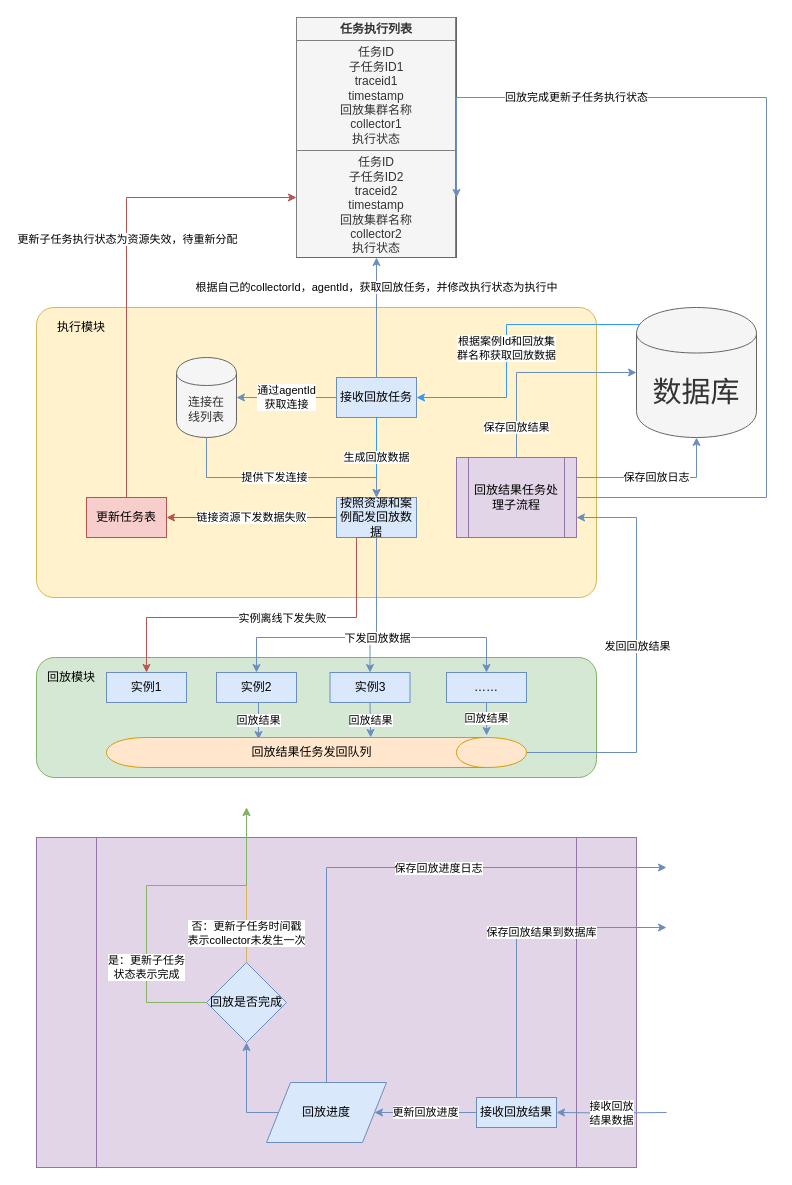
The draw.io diagram 执行模块.drawio in emothion/diagrams, before the edit. Source tidied: cells renumbered, new cells numbered last; positions are measured from the earlier drawing's top-left corner, leaving out a move shared by most shapes. Both pictures are drawn from the tidied source at 100%, with x=0, y=0 at pixel (36, 17).
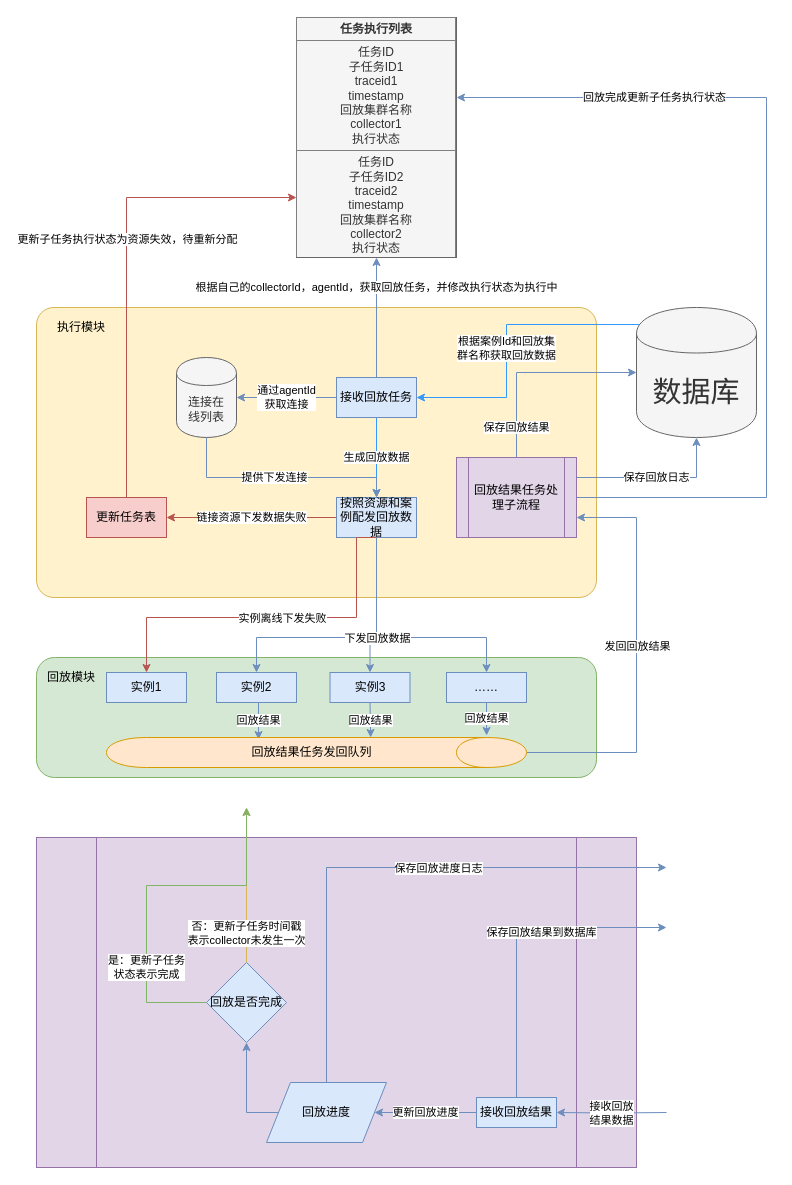
The same diagram, later.

Commit message (it also covers changes not shown here):
更新执行模块.drawio

The change refers to these unchanged cells:
```xml
<mxCell id="14" value="&lt;table border=&quot;1&quot; width=&quot;100%&quot; cellpadding=&quot;4&quot; style=&quot;width: 100% ; height: 100% ; border-collapse: collapse&quot;&gt;&lt;tbody&gt;&lt;tr&gt;&lt;th align=&quot;center&quot;&gt;任务执行列表&lt;/th&gt;&lt;/tr&gt;&lt;tr&gt;&lt;td align=&quot;center&quot;&gt;任务ID&lt;br&gt;子任务ID1&lt;br&gt;traceid1&lt;br&gt;timestamp&lt;br&gt;回放集群名称&lt;br&gt;collector1&lt;br&gt;执行状态&lt;/td&gt;&lt;/tr&gt;&lt;tr&gt;&lt;td align=&quot;center&quot;&gt;任务ID&lt;br&gt;子任务ID2&lt;br&gt;traceid2&lt;br&gt;timestamp&lt;br&gt;回放集群名称&lt;br&gt;collector2&lt;br&gt;执行状态&lt;br&gt;&lt;/td&gt;&lt;/tr&gt;&lt;/tbody&gt;&lt;/table&gt;" style="text;html=1;strokeColor=#666666;fillColor=#f5f5f5;overflow=fill;fontColor=#333333;" parent="1" vertex="1">
  <mxGeometry x="260" width="160" height="240" as="geometry" />
</mxCell>
<mxCell id="36" value="回放结果任务处理子流程" style="shape=process;whiteSpace=wrap;html=1;backgroundOutline=1;fillColor=#e1d5e7;strokeColor=#9673a6;" parent="1" vertex="1">
  <mxGeometry x="420" y="440" width="120" height="80" as="geometry" />
</mxCell>
```

Diff of the diagram source:
```diff
@@
-    <mxCell id="34" value="回放完成更新子任务执行状态" style="edgeStyle=orthogonalEdgeStyle;rounded=0;jettySize=auto;html=1;exitX=1;exitY=0.5;exitDx=0;exitDy=0;entryX=1;entryY=0.75;entryDx=0;entryDy=0;fillColor=#dae8fc;strokeColor=#6c8ebf;" parent="1" edge="1" source="36" target="14">
+    <mxCell id="34" value="回放完成更新子任务执行状态" style="edgeStyle=orthogonalEdgeStyle;rounded=0;jettySize=auto;html=1;exitX=1;exitY=0.5;exitDx=0;exitDy=0;fillColor=#dae8fc;strokeColor=#6c8ebf;" parent="1" edge="1" source="36">
       <mxGeometry x="0.56" relative="1" as="geometry">
+        <mxPoint x="420" y="80" as="targetPoint" />
         <Array as="points">
           <mxPoint x="730" y="480" />
           <mxPoint x="730" y="80" />
         </Array>
       </mxGeometry>
     </mxCell>
```
